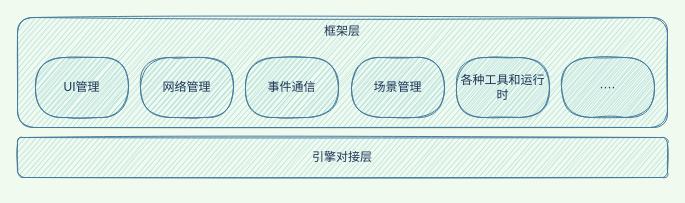
This is designs/FrameworkDesign.drawio from AILHC/EasyGameFrameworkOpen, a draw.io file, before an edit. Source tidied: cells renumbered, new cells numbered last; positions are measured from the earlier drawing's top-left corner, leaving out a move shared by most shapes. Both pictures are drawn from the tidied source at 100%, with x=0, y=0 at pixel (17, 17).
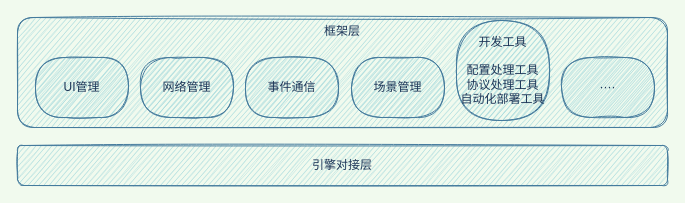
The same diagram, later.

Commit message (it also covers changes not shown here):
1. 设计图调整

What changed in the source:
```diff
@@
 <mxGraphModel background="#F1FAEE">
   <root>
     <mxCell id="0" />
     <mxCell id="1" parent="0" />
     <mxCell id="2" value="引擎对接层" style="rounded=1;whiteSpace=wrap;html=1;sketch=1;fillColor=#A8DADC;strokeColor=#457B9D;fontColor=#1D3557;" parent="1" vertex="1">
-      <mxGeometry y="120" width="650" height="40" as="geometry" />
+      <mxGeometry y="128" width="650" height="40" as="geometry" />
     </mxCell>
     <mxCell id="3" style="group;sketch=1;fontColor=#1D3557;" parent="1" vertex="1">
       <mxGeometry width="650" height="110" as="geometry" />
     </mxCell>
     <mxCell id="4" value="框架层" style="rounded=1;whiteSpace=wrap;html=1;horizontal=1;verticalAlign=top;sketch=1;fillColor=#A8DADC;strokeColor=#457B9D;fontColor=#1D3557;" parent="3" vertex="1">
       <mxGeometry width="650" height="110" as="geometry" />
     </mxCell>
     <mxCell id="5" value="UI管理" style="rounded=1;whiteSpace=wrap;html=1;arcSize=50;sketch=1;fillColor=#A8DADC;strokeColor=#457B9D;fontColor=#1D3557;" parent="3" vertex="1">
       <mxGeometry x="18" y="40" width="93" height="60" as="geometry" />
     </mxCell>
     <mxCell id="6" value="网络管理" style="rounded=1;whiteSpace=wrap;html=1;arcSize=50;sketch=1;fillColor=#A8DADC;strokeColor=#457B9D;fontColor=#1D3557;" parent="3" vertex="1">
       <mxGeometry x="123" y="40" width="93" height="60" as="geometry" />
     </mxCell>
     <mxCell id="7" value="事件通信" style="rounded=1;whiteSpace=wrap;html=1;arcSize=50;sketch=1;fillColor=#A8DADC;strokeColor=#457B9D;fontColor=#1D3557;" parent="3" vertex="1">
       <mxGeometry x="228" y="40" width="93" height="60" as="geometry" />
     </mxCell>
     <mxCell id="8" value="场景管理" style="rounded=1;whiteSpace=wrap;html=1;arcSize=50;sketch=1;fillColor=#A8DADC;strokeColor=#457B9D;fontColor=#1D3557;" parent="3" vertex="1">
       <mxGeometry x="334" y="40" width="93" height="60" as="geometry" />
     </mxCell>
-    <mxCell id="9" value="各种工具和运行时" style="rounded=1;whiteSpace=wrap;html=1;arcSize=50;sketch=1;fillColor=#A8DADC;strokeColor=#457B9D;fontColor=#1D3557;" parent="3" vertex="1">
-      <mxGeometry x="439" y="40" width="93" height="60" as="geometry" />
+    <mxCell id="9" value="&lt;div&gt;开发工具&lt;/div&gt;&lt;div&gt;&lt;br&gt;&lt;/div&gt;&lt;div&gt;配置处理工具&lt;/div&gt;&lt;div&gt;协议处理工具&lt;/div&gt;&lt;div&gt;自动化部署工具&lt;/div&gt;" style="rounded=1;whiteSpace=wrap;html=1;arcSize=50;sketch=1;fillColor=#A8DADC;strokeColor=#457B9D;fontColor=#1D3557;" parent="3" vertex="1">
+      <mxGeometry x="439" y="3" width="93" height="100" as="geometry" />
     </mxCell>
     <mxCell id="10" value="····" style="rounded=1;whiteSpace=wrap;html=1;arcSize=50;sketch=1;fillColor=#A8DADC;strokeColor=#457B9D;fontColor=#1D3557;" parent="3" vertex="1">
       <mxGeometry x="544" y="40" width="93" height="60" as="geometry" />
     </mxCell>
   </root>
 </mxGraphModel>
```
